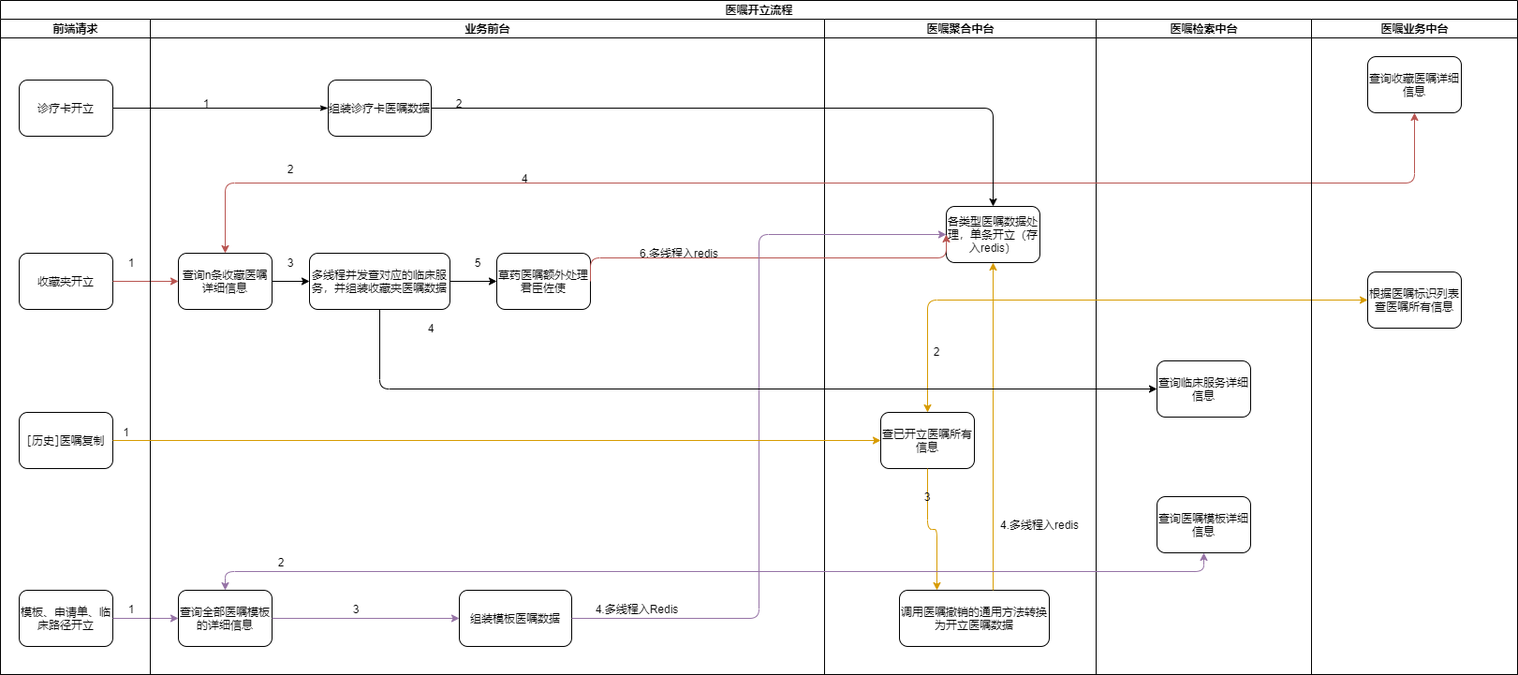
Earlier version of the draw.io export 医嘱开立流程.png (qkf5811/workspace). Source tidied: cells renumbered, new cells last; positions are measured from the earlier drawing's top-left corner, leaving out a move shared by most shapes.
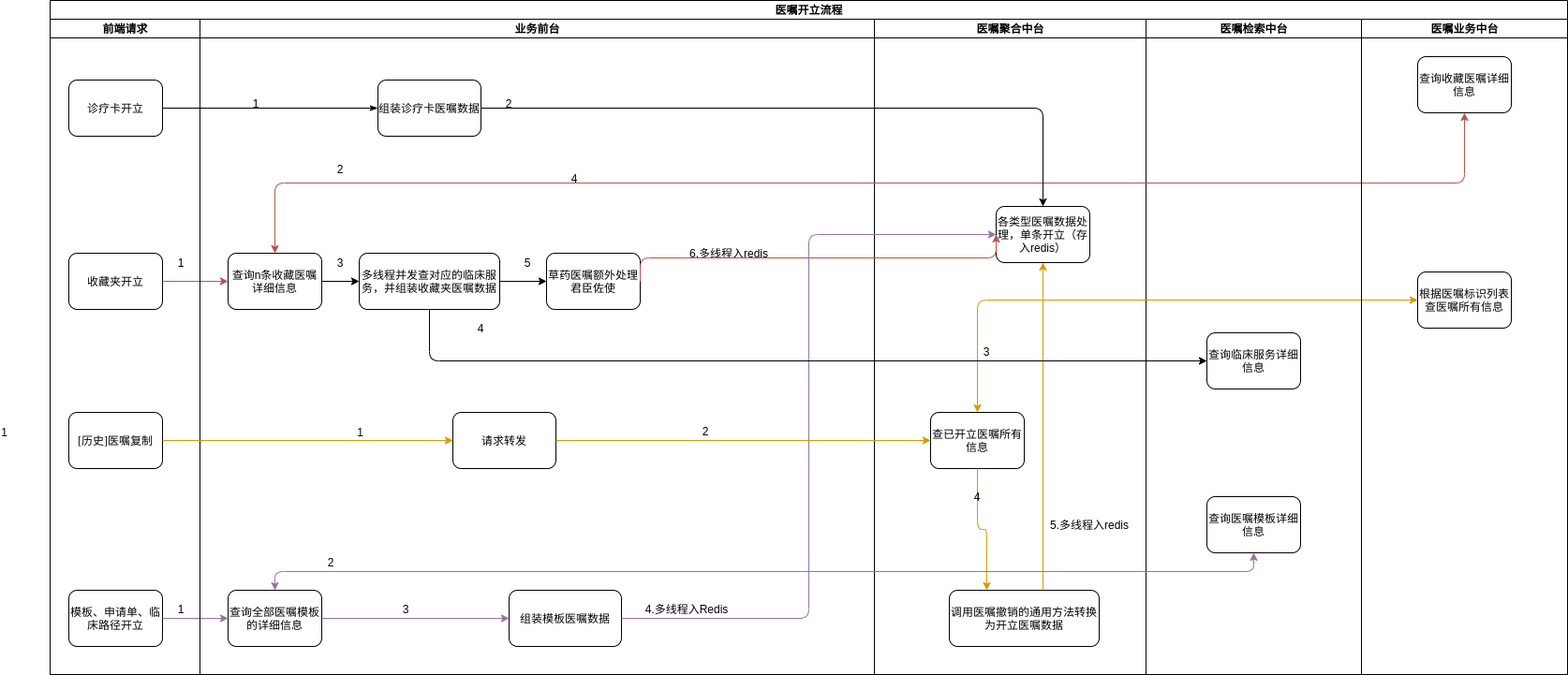
The same diagram one commit later.

Commit message:
Update 医嘱开立流程.png

Diff of the diagram source:
```diff
@@ -98,6 +98,12 @@
     <mxCell id="33" value="2" style="text;html=1;strokeColor=none;fillColor=none;align=center;verticalAlign=middle;whiteSpace=wrap;rounded=0;fontSize=12;" parent="13" vertex="1">
       <mxGeometry x="120" y="570" width="40" height="20" as="geometry" />
     </mxCell>
+    <mxCell id="58" value="请求转发" style="rounded=1;whiteSpace=wrap;html=1;shadow=0;labelBackgroundColor=none;strokeWidth=1;fontFamily=Verdana;fontSize=8;align=center;" parent="13" vertex="1">
+      <mxGeometry x="270" y="420" width="110" height="60" as="geometry" />
+    </mxCell>
+    <mxCell id="59" value="2" style="text;html=1;strokeColor=none;fillColor=none;align=center;verticalAlign=middle;whiteSpace=wrap;rounded=0;fontSize=12;" parent="13" vertex="1">
+      <mxGeometry x="520" y="430" width="40" height="20" as="geometry" />
+    </mxCell>
     <mxCell id="34" value="医嘱聚合中台" style="swimlane;html=1;startSize=20;" parent="2" vertex="1">
       <mxGeometry x="880" y="20" width="290" height="700" as="geometry" />
     </mxCell>
@@ -119,13 +125,13 @@
         <mxPoint x="180" y="260" as="targetPoint" />
       </mxGeometry>
     </mxCell>
-    <mxCell id="40" value="2" style="text;html=1;strokeColor=none;fillColor=none;align=center;verticalAlign=middle;whiteSpace=wrap;rounded=0;fontSize=12;" parent="34" vertex="1">
+    <mxCell id="40" value="3" style="text;html=1;strokeColor=none;fillColor=none;align=center;verticalAlign=middle;whiteSpace=wrap;rounded=0;fontSize=12;" parent="34" vertex="1">
       <mxGeometry x="100" y="345" width="40" height="20" as="geometry" />
     </mxCell>
-    <mxCell id="41" value="4.多线程入redis" style="text;html=1;strokeColor=none;fillColor=none;align=center;verticalAlign=middle;whiteSpace=wrap;rounded=0;fontSize=12;" parent="34" vertex="1">
+    <mxCell id="41" value="5.多线程入redis" style="text;html=1;strokeColor=none;fillColor=none;align=center;verticalAlign=middle;whiteSpace=wrap;rounded=0;fontSize=12;" parent="34" vertex="1">
       <mxGeometry x="180" y="530" width="100" height="20" as="geometry" />
     </mxCell>
-    <mxCell id="42" value="3" style="text;html=1;strokeColor=none;fillColor=none;align=center;verticalAlign=middle;whiteSpace=wrap;rounded=0;fontSize=12;" parent="34" vertex="1">
+    <mxCell id="42" value="4" style="text;html=1;strokeColor=none;fillColor=none;align=center;verticalAlign=middle;whiteSpace=wrap;rounded=0;fontSize=12;" parent="34" vertex="1">
       <mxGeometry x="90" y="500" width="40" height="20" as="geometry" />
     </mxCell>
     <mxCell id="43" value="医嘱检索中台" style="swimlane;html=1;startSize=20;" parent="2" vertex="1">
@@ -135,7 +141,7 @@
       <mxGeometry x="65" y="510" width="100" height="60" as="geometry" />
     </mxCell>
     <mxCell id="45" value="查询临床服务详细信息" style="rounded=1;whiteSpace=wrap;html=1;" parent="43" vertex="1">
-      <mxGeometry x="65" y="365" width="100" height="60" as="geometry" />
+      <mxGeometry x="65" y="335" width="100" height="60" as="geometry" />
     </mxCell>
     <mxCell id="46" style="endArrow=classic;startArrow=classic;html=1;fontSize=12;exitX=0.5;exitY=0;exitDx=0;exitDy=0;entryX=0.5;entryY=1;entryDx=0;entryDy=0;edgeStyle=elbowEdgeStyle;elbow=vertical;fillColor=#f8cecc;strokeColor=#b85450;" parent="2" edge="1" source="15" target="55">
       <mxGeometry relative="1" as="geometry" />
@@ -152,7 +158,7 @@
     <mxCell id="50" style="endArrow=classic;html=1;fontSize=12;exitX=1;exitY=0.5;exitDx=0;exitDy=0;entryX=0;entryY=0.5;entryDx=0;entryDy=0;edgeStyle=elbowEdgeStyle;fillColor=#e1d5e7;strokeColor=#9673a6;" parent="2" edge="1" source="18" target="35">
       <mxGeometry relative="1" as="geometry" />
     </mxCell>
-    <mxCell id="51" style="endArrow=classic;exitX=1;exitY=0.5;exitDx=0;exitDy=0;entryX=0;entryY=0.5;entryDx=0;entryDy=0;shadow=0;sketch=0;html=1;fillColor=#ffe6cc;strokeColor=#d79b00;" parent="2" edge="1" source="6" target="36">
+    <mxCell id="51" style="endArrow=classic;exitX=1;exitY=0.5;exitDx=0;exitDy=0;shadow=0;sketch=0;html=1;fillColor=#ffe6cc;strokeColor=#d79b00;entryX=0;entryY=0.5;entryDx=0;entryDy=0;" parent="2" edge="1" source="6" target="58">
       <mxGeometry relative="1" as="geometry" />
     </mxCell>
     <mxCell id="52" value="1" style="edgeLabel;html=1;align=center;verticalAlign=middle;fontSize=12;" parent="51" vertex="1">
@@ -175,5 +181,13 @@
     <mxCell id="57" style="endArrow=classic;html=1;shadow=0;fontSize=12;exitX=0.5;exitY=1;exitDx=0;exitDy=0;entryX=0;entryY=0.5;entryDx=0;entryDy=0;edgeStyle=orthogonalEdgeStyle;" parent="2" edge="1" source="16" target="45">
       <mxGeometry relative="1" as="geometry" />
     </mxCell>
+    <mxCell id="60" style="endArrow=classic;exitX=1;exitY=0.5;exitDx=0;exitDy=0;shadow=0;sketch=0;html=1;fillColor=#ffe6cc;strokeColor=#d79b00;entryX=0;entryY=0.5;entryDx=0;entryDy=0;" parent="2" edge="1" source="58" target="36">
+      <mxGeometry relative="1" as="geometry" />
+    </mxCell>
+    <mxCell id="61" value="1" style="edgeLabel;html=1;align=center;verticalAlign=middle;fontSize=12;" parent="60" vertex="1">
+      <mxGeometry x="-0.28" y="3" relative="1" as="geometry">
+        <mxPoint x="-354" y="-7" as="offset" />
+      </mxGeometry>
+    </mxCell>
   </root>
 </mxGraphModel>
```
